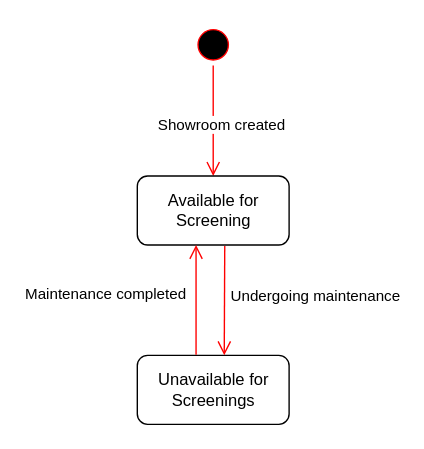
Above: page "State-ShowRoom" (5 of 5) of Diagrams/Diagrams (useCase, activity, seq_cancelTicket, state_ticket, state_showroom).drawio in WillKNguyen/Movie-Theater-Booking-System (draw.io), before the change. Source tidied: cells renumbered, new cells numbered last; positions are measured from the earlier drawing's top-left corner, leaving out a move shared by most shapes. Both pictures are drawn from the tidied source at 138%, with x=0, y=0 at pixel (101, 23).
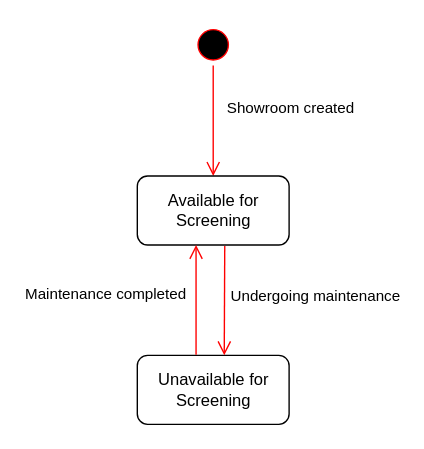
The same page after the edit.

The edit, as a diff of the source:
```diff
@@
 <mxGraphModel>
   <root>
     <mxCell id="0" />
     <mxCell id="1" parent="0" />
     <mxCell id="2" style="ellipse;html=1;shape=startState;fillColor=#000000;strokeColor=#ff0000;" parent="1" vertex="1">
       <mxGeometry x="66" width="30" height="30" as="geometry" />
     </mxCell>
     <mxCell id="3" style="edgeStyle=orthogonalEdgeStyle;html=1;verticalAlign=bottom;endArrow=open;endSize=8;strokeColor=#ff0000;rounded=0;" parent="1" edge="1" source="2" target="6">
       <mxGeometry relative="1" as="geometry" />
     </mxCell>
     <mxCell id="4" value="Showroom created" style="edgeLabel;html=1;align=center;verticalAlign=middle;" parent="3" vertex="1">
       <mxGeometry x="-0.24" y="-4" relative="1" as="geometry">
-        <mxPoint x="9" y="12" as="offset" />
+        <mxPoint x="59" as="offset" />
       </mxGeometry>
     </mxCell>
-    <mxCell id="5" value="Unavailable for&lt;br&gt;Screenings" style="html=1;rounded=1;" parent="1" vertex="1">
+    <mxCell id="5" value="Unavailable for&lt;br&gt;Screening" style="html=1;rounded=1;" parent="1" vertex="1">
       <mxGeometry x="26" y="240" width="110" height="50" as="geometry" />
     </mxCell>
     <mxCell id="6" value="Available for&lt;br&gt;Screening" style="html=1;rounded=1;" parent="1" vertex="1">
       <mxGeometry x="26" y="110" width="110" height="50" as="geometry" />
     </mxCell>
     <mxCell id="7" style="html=1;verticalAlign=bottom;endArrow=open;endSize=8;strokeColor=#ff0000;rounded=0;exitX=0.576;exitY=1.016;exitDx=0;exitDy=0;exitPerimeter=0;" parent="1" edge="1" source="6">
       <mxGeometry relative="1" as="geometry">
         <mxPoint x="89" y="240" as="targetPoint" />
       </mxGeometry>
     </mxCell>
     <mxCell id="8" value="Undergoing maintenance" style="edgeLabel;html=1;align=center;verticalAlign=middle;" parent="7" vertex="1">
       <mxGeometry x="-0.49" y="-1" relative="1" as="geometry">
         <mxPoint x="66" y="16" as="offset" />
       </mxGeometry>
     </mxCell>
     <mxCell id="9" style="html=1;verticalAlign=bottom;endArrow=open;endSize=8;strokeColor=#ff0000;rounded=0;exitX=0.387;exitY=-0.008;exitDx=0;exitDy=0;entryX=0.387;entryY=1;entryDx=0;entryDy=0;entryPerimeter=0;exitPerimeter=0;" parent="1" edge="1" source="5" target="6">
       <mxGeometry relative="1" as="geometry" />
     </mxCell>
     <mxCell id="10" value="Maintenance completed" style="edgeLabel;html=1;align=center;verticalAlign=middle;" parent="1" vertex="1">
       <mxGeometry y="196" as="geometry">
         <mxPoint x="2" y="-1" as="offset" />
       </mxGeometry>
     </mxCell>
   </root>
 </mxGraphModel>
```
